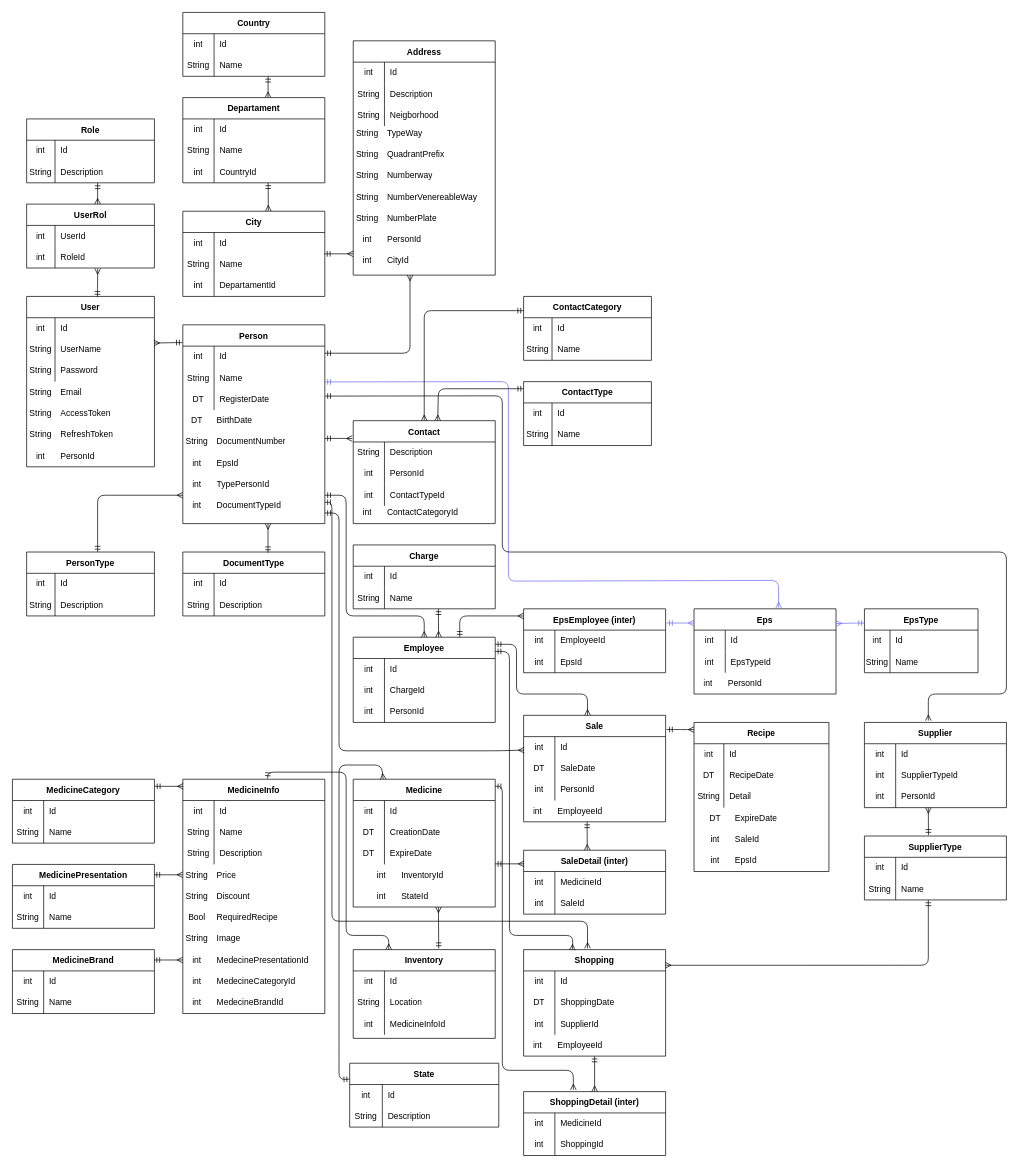
Above: db.drawio in CamiloHdez97/Umbrella-Farma (draw.io), before the change. Source tidied: cells renumbered, new cells numbered last; positions are measured from the earlier drawing's top-left corner, leaving out a move shared by most shapes. Both pictures are drawn from the tidied source at 71%, with x=0, y=0 at pixel (12, 12).
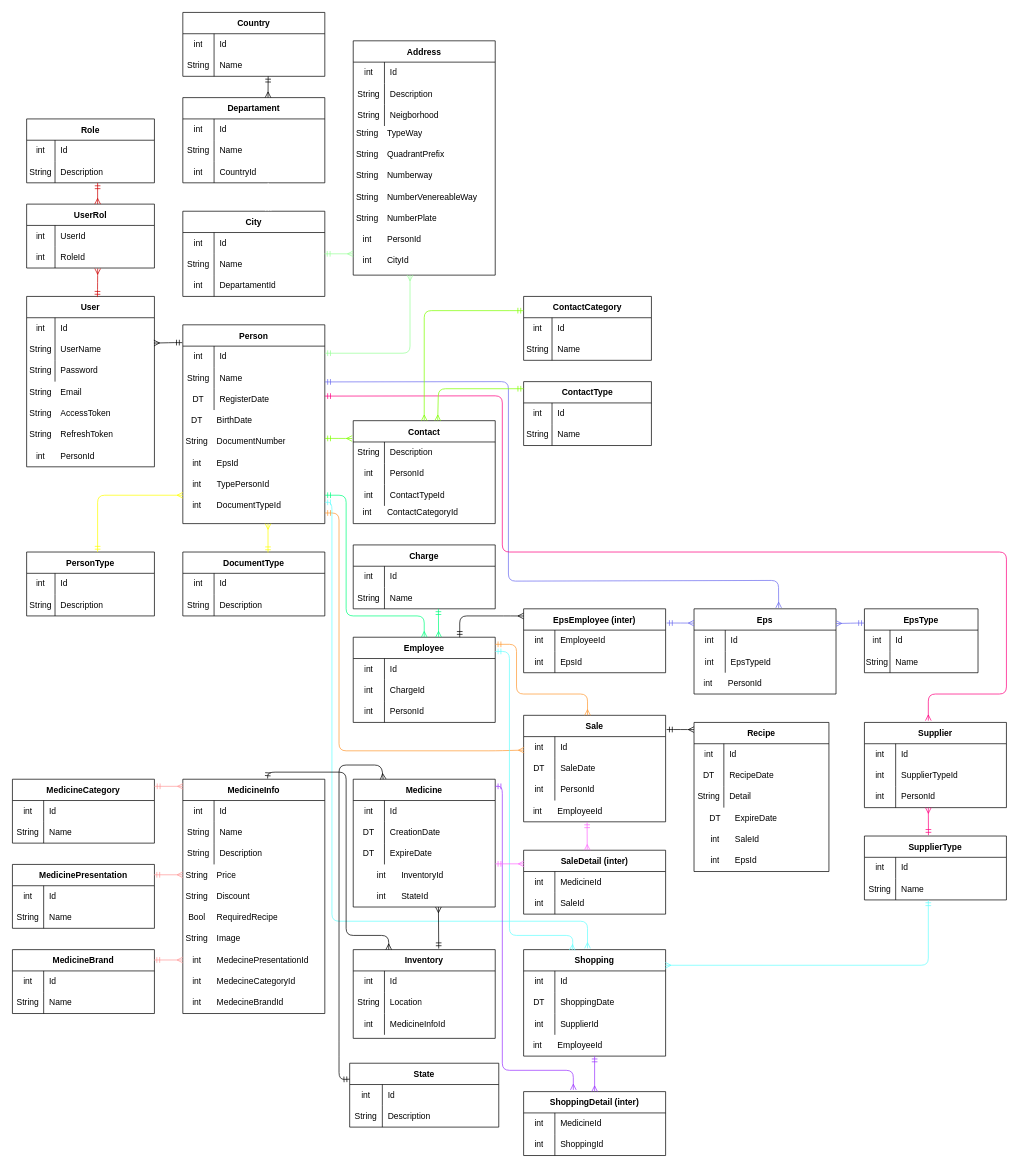
After the change.

Commit message:
feat: :art: some colors db for identify

Unchanged cells that the change refers to:
```xml
<mxCell id="13" style="shape=tableRow;horizontal=0;startSize=0;swimlaneHead=0;swimlaneBody=0;top=0;left=0;bottom=0;right=0;fillColor=none;points=[[0,0.5],[1,0.5]];portConstraint=eastwest;" parent="9" vertex="1">
  <mxGeometry y="60" width="180" height="30" as="geometry" />
</mxCell>
<mxCell id="40" value="City" style="shape=table;startSize=30;childLayout=tableLayout;rowLines=0;fontStyle=1;" parent="1" vertex="1">
  <mxGeometry x="240" y="280" width="200" height="120" as="geometry" />
</mxCell>
<mxCell id="50" value="User" style="shape=table;startSize=30;childLayout=tableLayout;rowLines=0;fontStyle=1;" parent="1" vertex="1">
  <mxGeometry x="20" y="400" width="180" height="240" as="geometry" />
</mxCell>
<mxCell id="77" value="DocumentType" style="shape=table;startSize=30;childLayout=tableLayout;rowLines=0;fontStyle=1;" parent="1" vertex="1">
  <mxGeometry x="240" y="760" width="200" height="90" as="geometry" />
</mxCell>
<mxCell id="91" value="Employee" style="shape=table;startSize=30;childLayout=tableLayout;rowLines=0;fontStyle=1;" parent="1" vertex="1">
  <mxGeometry x="480" y="880" width="200" height="120" as="geometry" />
</mxCell>
<mxCell id="101" value="ContactType" style="shape=table;startSize=30;childLayout=tableLayout;rowLines=0;fontStyle=1;" parent="1" vertex="1">
  <mxGeometry x="720" y="520" width="180" height="90" as="geometry" />
</mxCell>
<mxCell id="108" value="Contact" style="shape=table;startSize=30;childLayout=tableLayout;rowLines=0;fontStyle=1;" parent="1" vertex="1">
  <mxGeometry x="480" y="575" width="200" height="145" as="geometry" />
</mxCell>
<mxCell id="127" value="Sale" style="shape=table;startSize=30;childLayout=tableLayout;rowLines=0;fontStyle=1;" parent="1" vertex="1">
  <mxGeometry x="720" y="990" width="200" height="150" as="geometry" />
</mxCell>
<mxCell id="128" style="shape=tableRow;horizontal=0;startSize=0;swimlaneHead=0;swimlaneBody=0;top=0;left=0;bottom=0;right=0;fillColor=none;points=[[0,0.5],[1,0.5]];portConstraint=eastwest;" parent="127" vertex="1">
  <mxGeometry y="30" width="200" height="30" as="geometry" />
</mxCell>
<mxCell id="174" value="Supplier" style="shape=table;startSize=30;childLayout=tableLayout;rowLines=0;fontStyle=1;" parent="1" vertex="1">
  <mxGeometry x="1200" y="1000" width="200" height="120" as="geometry" />
</mxCell>
<mxCell id="184" value="SupplierType" style="shape=table;startSize=30;childLayout=tableLayout;rowLines=0;fontStyle=1;" parent="1" vertex="1">
  <mxGeometry x="1200" y="1160" width="200" height="90" as="geometry" />
</mxCell>
<mxCell id="258" value="ShoppingDetail (inter)" style="shape=table;startSize=30;childLayout=tableLayout;rowLines=0;fontStyle=1;" parent="1" vertex="1">
  <mxGeometry x="720" y="1520" width="200" height="90" as="geometry" />
</mxCell>
<mxCell id="265" value="Shopping" style="shape=table;startSize=30;childLayout=tableLayout;rowLines=0;fontStyle=1;" parent="1" vertex="1">
  <mxGeometry x="720" y="1320" width="200" height="150" as="geometry" />
</mxCell>
```

Change to the diagram source:
```diff
@@
-    <mxCell id="335" style="edgeStyle=none;html=1;entryX=0.602;entryY=-0.002;entryDx=0;entryDy=0;endArrow=ERmany;endFill=0;exitX=0.501;exitY=0.999;exitDx=0;exitDy=0;exitPerimeter=0;startArrow=ERmandOne;startFill=0;entryPerimeter=0;" parent="1" edge="1" target="40">
+    <mxCell id="335" style="edgeStyle=none;html=1;entryX=0.602;entryY=-0.002;entryDx=0;entryDy=0;endArrow=ERmany;endFill=0;exitX=0.501;exitY=0.999;exitDx=0;exitDy=0;exitPerimeter=0;startArrow=ERmandOne;startFill=0;entryPerimeter=0;strokeColor=#FFFFFF;" parent="1" edge="1" target="40">
       <mxGeometry relative="1" as="geometry">
         <mxPoint x="360.2" y="240" as="sourcePoint" />
       </mxGeometry>
     </mxCell>
-    <mxCell id="336" style="edgeStyle=none;html=1;endArrow=ERmany;endFill=0;exitX=0.501;exitY=0.999;exitDx=0;exitDy=0;exitPerimeter=0;startArrow=ERmandOne;startFill=0;" parent="1" edge="1">
+    <mxCell id="336" style="edgeStyle=none;html=1;endArrow=ERmany;endFill=0;exitX=0.501;exitY=0.999;exitDx=0;exitDy=0;exitPerimeter=0;startArrow=ERmandOne;startFill=0;strokeColor=#99FF99;" parent="1" edge="1">
       <mxGeometry relative="1" as="geometry">
         <mxPoint x="439.4" y="340" as="sourcePoint" />
         <mxPoint x="480" y="340" as="targetPoint" />
       </mxGeometry>
     </mxCell>
-    <mxCell id="337" style="edgeStyle=none;html=1;endArrow=ERmany;endFill=0;startArrow=ERmandOne;startFill=0;" parent="1" edge="1">
+    <mxCell id="337" style="edgeStyle=none;html=1;endArrow=ERmany;endFill=0;startArrow=ERmandOne;startFill=0;strokeColor=#99FF99;" parent="1" edge="1">
       <mxGeometry relative="1" as="geometry">
         <mxPoint x="440" y="480" as="sourcePoint" />
         <mxPoint x="560" y="370" as="targetPoint" />
         <Array as="points">
           <mxPoint x="560" y="480" />
         </Array>
       </mxGeometry>
     </mxCell>
-    <mxCell id="338" style="edgeStyle=none;html=1;endArrow=ERmany;endFill=0;exitX=0.501;exitY=0.999;exitDx=0;exitDy=0;exitPerimeter=0;startArrow=ERmandOne;startFill=0;" parent="1" edge="1">
+    <mxCell id="338" style="edgeStyle=none;html=1;endArrow=ERmany;endFill=0;exitX=0.501;exitY=0.999;exitDx=0;exitDy=0;exitPerimeter=0;startArrow=ERmandOne;startFill=0;strokeColor=#CC0000;" parent="1" edge="1">
       <mxGeometry relative="1" as="geometry">
         <mxPoint x="120" y="240.2" as="sourcePoint" />
         <mxPoint x="120" y="270" as="targetPoint" />
       </mxGeometry>
     </mxCell>
-    <mxCell id="339" style="edgeStyle=none;html=1;endArrow=ERmany;endFill=0;exitX=0.554;exitY=0.004;exitDx=0;exitDy=0;exitPerimeter=0;startArrow=ERmandOne;startFill=0;entryX=0.556;entryY=1.025;entryDx=0;entryDy=0;entryPerimeter=0;" parent="1" edge="1" source="50" target="13">
+    <mxCell id="339" style="edgeStyle=none;html=1;endArrow=ERmany;endFill=0;exitX=0.554;exitY=0.004;exitDx=0;exitDy=0;exitPerimeter=0;startArrow=ERmandOne;startFill=0;entryX=0.556;entryY=1.025;entryDx=0;entryDy=0;entryPerimeter=0;strokeColor=#CC0000;" parent="1" edge="1" source="50" target="13">
       <mxGeometry relative="1" as="geometry">
         <Array as="points">
           <mxPoint x="120" y="380" />
         </Array>
       </mxGeometry>
     </mxCell>
@@
-    <mxCell id="341" style="edgeStyle=none;html=1;endArrow=ERmany;endFill=0;startArrow=ERmandOne;startFill=0;" parent="1" edge="1">
+    <mxCell id="341" style="edgeStyle=none;html=1;endArrow=ERmany;endFill=0;startArrow=ERmandOne;startFill=0;strokeColor=#FFFF00;" parent="1" edge="1">
       <mxGeometry relative="1" as="geometry">
         <mxPoint x="120" y="760" as="sourcePoint" />
         <mxPoint x="240" y="680" as="targetPoint" />
         <Array as="points">
           <mxPoint x="120" y="680" />
         </Array>
       </mxGeometry>
     </mxCell>
-    <mxCell id="342" style="edgeStyle=none;html=1;endArrow=ERmany;endFill=0;exitX=0.6;exitY=0.009;exitDx=0;exitDy=0;exitPerimeter=0;startArrow=ERmandOne;startFill=0;" parent="1" edge="1" source="77">
+    <mxCell id="342" style="edgeStyle=none;html=1;endArrow=ERmany;endFill=0;exitX=0.6;exitY=0.009;exitDx=0;exitDy=0;exitPerimeter=0;startArrow=ERmandOne;startFill=0;strokeColor=#FFFF00;" parent="1" edge="1" source="77">
       <mxGeometry relative="1" as="geometry">
         <mxPoint x="360" y="720" as="targetPoint" />
       </mxGeometry>
     </mxCell>
-    <mxCell id="343" style="edgeStyle=none;html=1;endArrow=ERmany;endFill=0;startArrow=ERmandOne;startFill=0;entryX=-0.007;entryY=0.173;entryDx=0;entryDy=0;entryPerimeter=0;" parent="1" edge="1" target="108">
+    <mxCell id="343" style="edgeStyle=none;html=1;endArrow=ERmany;endFill=0;startArrow=ERmandOne;startFill=0;entryX=-0.007;entryY=0.173;entryDx=0;entryDy=0;entryPerimeter=0;strokeColor=#80FF00;" parent="1" edge="1" target="108">
       <mxGeometry relative="1" as="geometry">
         <mxPoint x="440" y="600" as="sourcePoint" />
         <Array as="points">
           <mxPoint x="460" y="600" />
         </Array>
       </mxGeometry>
     </mxCell>
@@
-    <mxCell id="345" style="edgeStyle=none;html=1;endArrow=ERmany;endFill=0;startArrow=ERmandOne;startFill=0;entryX=0.45;entryY=-0.021;entryDx=0;entryDy=0;entryPerimeter=0;" parent="1" edge="1" target="174">
+    <mxCell id="345" style="edgeStyle=none;html=1;endArrow=ERmany;endFill=0;startArrow=ERmandOne;startFill=0;entryX=0.45;entryY=-0.021;entryDx=0;entryDy=0;entryPerimeter=0;strokeColor=#FF0080;" parent="1" edge="1" target="174">
       <mxGeometry relative="1" as="geometry">
         <mxPoint x="440" y="540.4" as="sourcePoint" />
         <Array as="points">
           <mxPoint x="690" y="540" />
           <mxPoint x="690" y="760" />
           <mxPoint x="1400" y="760" />
           <mxPoint x="1400" y="960" />
           <mxPoint x="1290" y="960" />
         </Array>
       </mxGeometry>
     </mxCell>
-    <mxCell id="346" style="edgeStyle=none;html=1;endArrow=ERmany;endFill=0;startArrow=ERmandOne;startFill=0;entryX=0.5;entryY=0;entryDx=0;entryDy=0;" parent="1" edge="1" target="91">
+    <mxCell id="346" style="edgeStyle=none;html=1;endArrow=ERmany;endFill=0;startArrow=ERmandOne;startFill=0;entryX=0.5;entryY=0;entryDx=0;entryDy=0;strokeColor=#00FF80;" parent="1" edge="1" target="91">
       <mxGeometry relative="1" as="geometry">
         <mxPoint x="440" y="680" as="sourcePoint" />
         <Array as="points">
           <mxPoint x="470" y="680" />
           <mxPoint x="470" y="850" />
           <mxPoint x="580" y="850" />
         </Array>
       </mxGeometry>
     </mxCell>
-    <mxCell id="347" style="edgeStyle=none;html=1;endArrow=ERmany;endFill=0;startArrow=ERmandOne;startFill=0;entryX=0.004;entryY=0.633;entryDx=0;entryDy=0;entryPerimeter=0;" parent="1" edge="1" target="128">
+    <mxCell id="347" style="edgeStyle=none;html=1;endArrow=ERmany;endFill=0;startArrow=ERmandOne;startFill=0;entryX=0.004;entryY=0.633;entryDx=0;entryDy=0;entryPerimeter=0;strokeColor=#FF9933;" parent="1" edge="1" target="128">
       <mxGeometry relative="1" as="geometry">
         <mxPoint x="440" y="705" as="sourcePoint" />
         <Array as="points">
           <mxPoint x="460" y="705" />
           <mxPoint x="460" y="1040" />
           <mxPoint x="680" y="1040" />
         </Array>
       </mxGeometry>
     </mxCell>
-    <mxCell id="348" style="edgeStyle=none;html=1;endArrow=ERmany;endFill=0;startArrow=ERmandOne;startFill=0;entryX=0.45;entryY=-0.012;entryDx=0;entryDy=0;entryPerimeter=0;" parent="1" edge="1" target="265">
+    <mxCell id="348" style="edgeStyle=none;html=1;endArrow=ERmany;endFill=0;startArrow=ERmandOne;startFill=0;entryX=0.45;entryY=-0.012;entryDx=0;entryDy=0;entryPerimeter=0;strokeColor=#66FFFF;" parent="1" edge="1" target="265">
       <mxGeometry relative="1" as="geometry">
         <mxPoint x="440" y="690" as="sourcePoint" />
         <Array as="points">
           <mxPoint x="450" y="690" />
           <mxPoint x="450" y="1280" />
           <mxPoint x="810" y="1280" />
         </Array>
       </mxGeometry>
     </mxCell>
-    <mxCell id="349" style="edgeStyle=none;html=1;endArrow=ERmany;endFill=0;exitX=0.554;exitY=0.004;exitDx=0;exitDy=0;exitPerimeter=0;startArrow=ERmandOne;startFill=0;entryX=0.5;entryY=0;entryDx=0;entryDy=0;" parent="1" edge="1" target="108">
+    <mxCell id="349" style="edgeStyle=none;html=1;endArrow=ERmany;endFill=0;exitX=0.554;exitY=0.004;exitDx=0;exitDy=0;exitPerimeter=0;startArrow=ERmandOne;startFill=0;entryX=0.5;entryY=0;entryDx=0;entryDy=0;strokeColor=#80FF00;" parent="1" edge="1" target="108">
       <mxGeometry relative="1" as="geometry">
         <mxPoint x="719.9" y="420.1" as="sourcePoint" />
         <Array as="points">
           <mxPoint x="710.7" y="420" />
           <mxPoint x="580" y="420" />
         </Array>
       </mxGeometry>
     </mxCell>
-    <mxCell id="350" style="edgeStyle=none;html=1;endArrow=ERmany;endFill=0;exitX=0;exitY=0.111;exitDx=0;exitDy=0;exitPerimeter=0;startArrow=ERmandOne;startFill=0;entryX=0.595;entryY=0;entryDx=0;entryDy=0;entryPerimeter=0;" parent="1" edge="1" source="101" target="108">
+    <mxCell id="350" style="edgeStyle=none;html=1;endArrow=ERmany;endFill=0;exitX=0;exitY=0.111;exitDx=0;exitDy=0;exitPerimeter=0;startArrow=ERmandOne;startFill=0;entryX=0.595;entryY=0;entryDx=0;entryDy=0;entryPerimeter=0;strokeColor=#80FF00;" parent="1" edge="1" source="101" target="108">
       <mxGeometry relative="1" as="geometry">
         <Array as="points">
           <mxPoint x="600" y="530" />
         </Array>
       </mxGeometry>
     </mxCell>
@@
-    <mxCell id="354" style="edgeStyle=none;html=1;entryX=0.602;entryY=-0.002;entryDx=0;entryDy=0;endArrow=ERmany;endFill=0;exitX=0.501;exitY=0.999;exitDx=0;exitDy=0;exitPerimeter=0;startArrow=ERmandOne;startFill=0;entryPerimeter=0;" parent="1" edge="1">
+    <mxCell id="354" style="edgeStyle=none;html=1;entryX=0.602;entryY=-0.002;entryDx=0;entryDy=0;endArrow=ERmany;endFill=0;exitX=0.501;exitY=0.999;exitDx=0;exitDy=0;exitPerimeter=0;startArrow=ERmandOne;startFill=0;entryPerimeter=0;strokeColor=#00FF80;" parent="1" edge="1">
       <mxGeometry relative="1" as="geometry">
         <mxPoint x="600" y="840" as="sourcePoint" />
         <mxPoint x="600.2" y="879.8" as="targetPoint" />
       </mxGeometry>
     </mxCell>
-    <mxCell id="355" style="edgeStyle=none;html=1;endArrow=ERmany;endFill=0;exitX=0.451;exitY=-0.013;exitDx=0;exitDy=0;exitPerimeter=0;startArrow=ERmandOne;startFill=0;" parent="1" edge="1" source="184">
+    <mxCell id="355" style="edgeStyle=none;html=1;endArrow=ERmany;endFill=0;exitX=0.451;exitY=-0.013;exitDx=0;exitDy=0;exitPerimeter=0;startArrow=ERmandOne;startFill=0;strokeColor=#FF0080;" parent="1" edge="1" source="184">
       <mxGeometry relative="1" as="geometry">
         <mxPoint x="1290" y="1120" as="targetPoint" />
       </mxGeometry>
     </mxCell>
-    <mxCell id="356" style="edgeStyle=none;html=1;endArrow=ERmany;endFill=0;startArrow=ERmandOne;startFill=0;entryX=0.998;entryY=0.147;entryDx=0;entryDy=0;entryPerimeter=0;" parent="1" edge="1" target="265">
+    <mxCell id="356" style="edgeStyle=none;html=1;endArrow=ERmany;endFill=0;startArrow=ERmandOne;startFill=0;entryX=0.998;entryY=0.147;entryDx=0;entryDy=0;entryPerimeter=0;strokeColor=#66FFFF;" parent="1" edge="1" target="265">
       <mxGeometry relative="1" as="geometry">
         <mxPoint x="1290" y="1250" as="sourcePoint" />
         <Array as="points">
           <mxPoint x="1290" y="1342" />
         </Array>
       </mxGeometry>
     </mxCell>
@@
-    <mxCell id="358" style="edgeStyle=none;html=1;entryX=0.602;entryY=-0.002;entryDx=0;entryDy=0;endArrow=ERmany;endFill=0;exitX=0.501;exitY=0.999;exitDx=0;exitDy=0;exitPerimeter=0;startArrow=ERmandOne;startFill=0;entryPerimeter=0;" parent="1" edge="1">
+    <mxCell id="358" style="edgeStyle=none;html=1;entryX=0.602;entryY=-0.002;entryDx=0;entryDy=0;endArrow=ERmany;endFill=0;exitX=0.501;exitY=0.999;exitDx=0;exitDy=0;exitPerimeter=0;startArrow=ERmandOne;startFill=0;entryPerimeter=0;strokeColor=#FF66FF;" parent="1" edge="1">
       <mxGeometry relative="1" as="geometry">
         <mxPoint x="809.4" y="1140.2" as="sourcePoint" />
         <mxPoint x="809.6" y="1180" as="targetPoint" />
       </mxGeometry>
     </mxCell>
-    <mxCell id="359" style="edgeStyle=none;html=1;entryX=0.45;entryY=0;entryDx=0;entryDy=0;endArrow=ERmany;endFill=0;startArrow=ERmandOne;startFill=0;entryPerimeter=0;" parent="1" edge="1" target="127">
+    <mxCell id="359" style="edgeStyle=none;html=1;entryX=0.45;entryY=0;entryDx=0;entryDy=0;endArrow=ERmany;endFill=0;startArrow=ERmandOne;startFill=0;entryPerimeter=0;strokeColor=#FF9933;" parent="1" edge="1" target="127">
       <mxGeometry relative="1" as="geometry">
         <mxPoint x="680" y="890" as="sourcePoint" />
         <Array as="points">
           <mxPoint x="710" y="890" />
           <mxPoint x="710" y="960" />
           <mxPoint x="810" y="960" />
         </Array>
       </mxGeometry>
     </mxCell>
-    <mxCell id="360" style="edgeStyle=none;html=1;entryX=0.342;entryY=0.005;entryDx=0;entryDy=0;endArrow=ERmany;endFill=0;startArrow=ERmandOne;startFill=0;entryPerimeter=0;" parent="1" edge="1" target="265">
+    <mxCell id="360" style="edgeStyle=none;html=1;entryX=0.342;entryY=0.005;entryDx=0;entryDy=0;endArrow=ERmany;endFill=0;startArrow=ERmandOne;startFill=0;entryPerimeter=0;strokeColor=#66FFFF;" parent="1" edge="1" target="265">
       <mxGeometry relative="1" as="geometry">
         <mxPoint x="680" y="900" as="sourcePoint" />
         <Array as="points">
           <mxPoint x="700" y="900" />
           <mxPoint x="700" y="1300" />
           <mxPoint x="790" y="1300" />
         </Array>
       </mxGeometry>
     </mxCell>
-    <mxCell id="361" style="edgeStyle=none;html=1;entryX=0.5;entryY=0;entryDx=0;entryDy=0;endArrow=ERmany;endFill=0;startArrow=ERmandOne;startFill=0;" parent="1" edge="1" target="258">
+    <mxCell id="361" style="edgeStyle=none;html=1;entryX=0.5;entryY=0;entryDx=0;entryDy=0;endArrow=ERmany;endFill=0;startArrow=ERmandOne;startFill=0;strokeColor=#9933FF;" parent="1" edge="1" target="258">
       <mxGeometry relative="1" as="geometry">
         <mxPoint x="820" y="1470" as="sourcePoint" />
       </mxGeometry>
     </mxCell>
-    <mxCell id="362" style="edgeStyle=none;html=1;entryX=0.35;entryY=-0.027;entryDx=0;entryDy=0;endArrow=ERmany;endFill=0;startArrow=ERmandOne;startFill=0;entryPerimeter=0;" parent="1" edge="1" target="258">
+    <mxCell id="362" style="edgeStyle=none;html=1;entryX=0.35;entryY=-0.027;entryDx=0;entryDy=0;endArrow=ERmany;endFill=0;startArrow=ERmandOne;startFill=0;entryPerimeter=0;strokeColor=#9933FF;" parent="1" edge="1" target="258">
       <mxGeometry relative="1" as="geometry">
         <mxPoint x="680" y="1090" as="sourcePoint" />
         <Array as="points">
           <mxPoint x="690" y="1090" />
           <mxPoint x="690" y="1490" />
           <mxPoint x="790" y="1490" />
         </Array>
       </mxGeometry>
     </mxCell>
@@
-    <mxCell id="366" style="edgeStyle=none;html=1;endArrow=ERmany;endFill=0;exitX=0.501;exitY=0.999;exitDx=0;exitDy=0;exitPerimeter=0;startArrow=ERmandOne;startFill=0;" parent="1" edge="1">
+    <mxCell id="366" style="edgeStyle=none;html=1;endArrow=ERmany;endFill=0;exitX=0.501;exitY=0.999;exitDx=0;exitDy=0;exitPerimeter=0;startArrow=ERmandOne;startFill=0;strokeColor=#FF9999;" parent="1" edge="1">
       <mxGeometry relative="1" as="geometry">
         <mxPoint x="200" y="1090" as="sourcePoint" />
         <mxPoint x="240.6" y="1090" as="targetPoint" />
       </mxGeometry>
     </mxCell>
-    <mxCell id="367" style="edgeStyle=none;html=1;endArrow=ERmany;endFill=0;exitX=0.501;exitY=0.999;exitDx=0;exitDy=0;exitPerimeter=0;startArrow=ERmandOne;startFill=0;" parent="1" edge="1">
+    <mxCell id="367" style="edgeStyle=none;html=1;endArrow=ERmany;endFill=0;exitX=0.501;exitY=0.999;exitDx=0;exitDy=0;exitPerimeter=0;startArrow=ERmandOne;startFill=0;strokeColor=#FF9999;" parent="1" edge="1">
       <mxGeometry relative="1" as="geometry">
         <mxPoint x="199.4" y="1214.6" as="sourcePoint" />
         <mxPoint x="240" y="1214.6" as="targetPoint" />
       </mxGeometry>
     </mxCell>
-    <mxCell id="368" style="edgeStyle=none;html=1;endArrow=ERmany;endFill=0;exitX=0.501;exitY=0.999;exitDx=0;exitDy=0;exitPerimeter=0;startArrow=ERmandOne;startFill=0;" parent="1" edge="1">
+    <mxCell id="368" style="edgeStyle=none;html=1;endArrow=ERmany;endFill=0;exitX=0.501;exitY=0.999;exitDx=0;exitDy=0;exitPerimeter=0;startArrow=ERmandOne;startFill=0;strokeColor=#FF9999;" parent="1" edge="1">
       <mxGeometry relative="1" as="geometry">
         <mxPoint x="199.4" y="1334.6" as="sourcePoint" />
         <mxPoint x="240" y="1334.6" as="targetPoint" />
       </mxGeometry>
     </mxCell>
-    <mxCell id="369" style="edgeStyle=none;html=1;endArrow=ERmany;endFill=0;exitX=0.501;exitY=0.999;exitDx=0;exitDy=0;exitPerimeter=0;startArrow=ERmandOne;startFill=0;" parent="1" edge="1">
+    <mxCell id="369" style="edgeStyle=none;html=1;endArrow=ERmany;endFill=0;exitX=0.501;exitY=0.999;exitDx=0;exitDy=0;exitPerimeter=0;startArrow=ERmandOne;startFill=0;strokeColor=#FF66FF;" parent="1" edge="1">
       <mxGeometry relative="1" as="geometry">
         <mxPoint x="680" y="1199.2" as="sourcePoint" />
         <mxPoint x="720.6" y="1199.2" as="targetPoint" />
       </mxGeometry>
     </mxCell>
```
